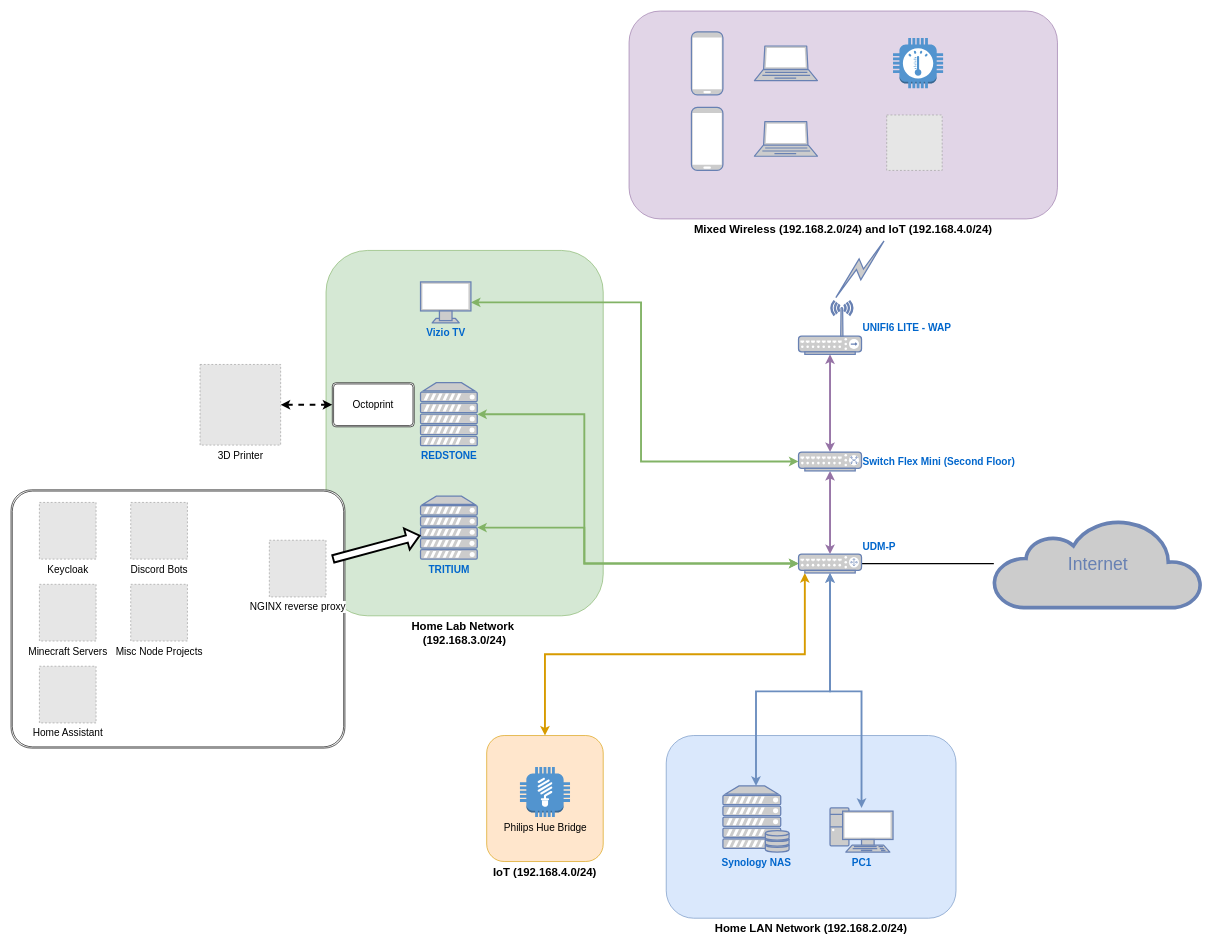
The draw.io diagram Untitled Diagram.drawio in subtype-space/homelab, before the edit. Source tidied: cells renumbered, new cells numbered last; positions are measured from the earlier drawing's top-left corner, leaving out a move shared by most shapes. Both pictures are drawn from the tidied source at 63%, with x=0, y=0 at pixel (11, 11). Pictures stored in the file or linked from it are replaced by grey dashed boxes.
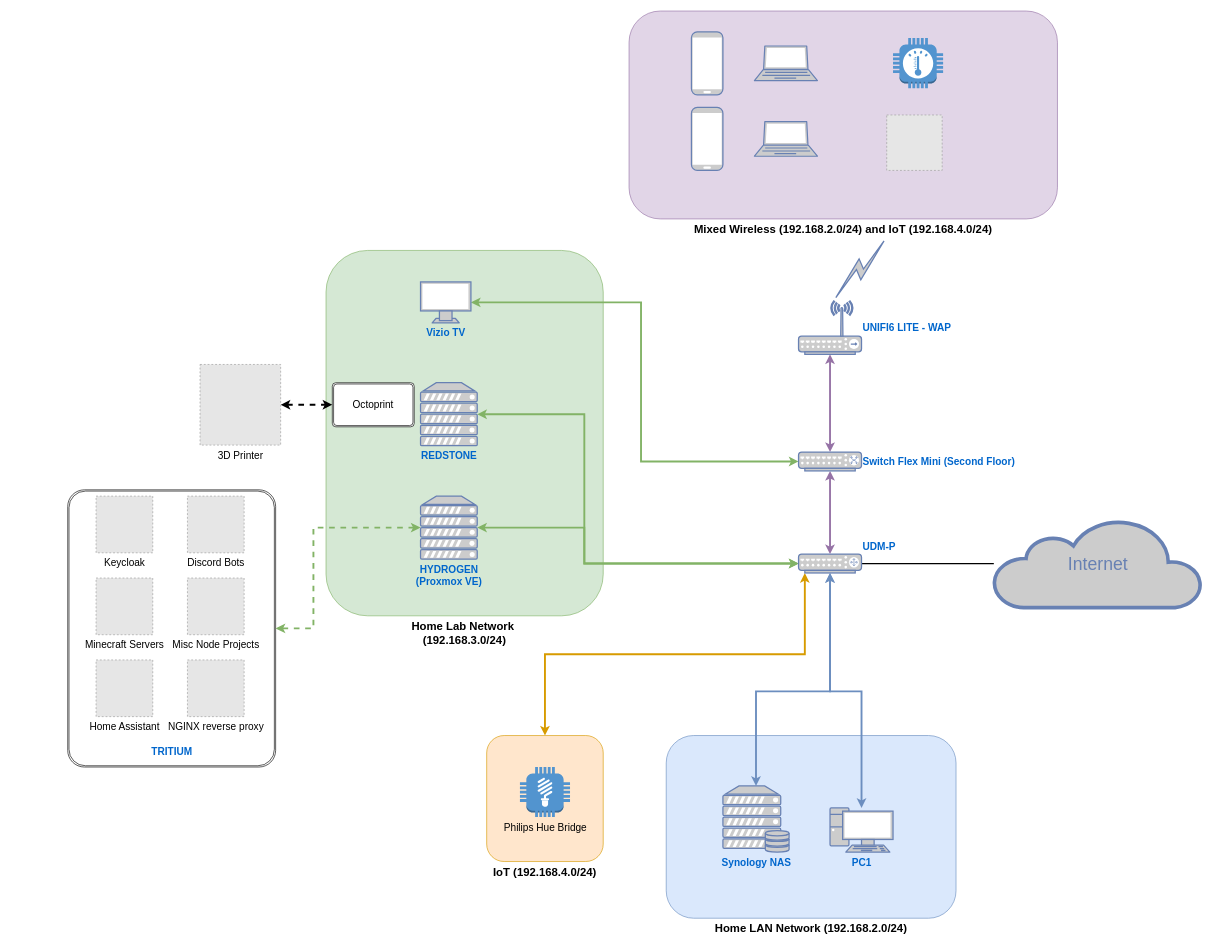
Above is the later version.

Change to the diagram source:
```diff
@@
     <mxCell id="6" style="shape=ext;double=1;rounded=1;whiteSpace=wrap;html=1;fontFamily=Helvetica;fontSize=16;fontColor=default;arcSize=8;" parent="1" vertex="1">
-      <mxGeometry y="760" width="530" height="410" as="geometry" />
+      <mxGeometry x="90" y="760" width="330" height="440" as="geometry" />
     </mxCell>
@@
-    <mxCell id="22" value="&lt;b&gt;TRITIUM&lt;/b&gt;" style="fontColor=#0066CC;verticalAlign=top;verticalLabelPosition=bottom;labelPosition=center;align=center;html=1;outlineConnect=0;fillColor=#CCCCCC;strokeColor=#6881B3;gradientColor=none;gradientDirection=north;strokeWidth=2;shape=mxgraph.networks.server;fontFamily=Helvetica;fontSize=16;" parent="1" vertex="1">
+    <mxCell id="22" value="&lt;b&gt;HYDROGEN&lt;br&gt;(Proxmox VE)&lt;br&gt;&lt;/b&gt;" style="fontColor=#0066CC;verticalAlign=top;verticalLabelPosition=bottom;labelPosition=center;align=center;html=1;outlineConnect=0;fillColor=#CCCCCC;strokeColor=#6881B3;gradientColor=none;gradientDirection=north;strokeWidth=2;shape=mxgraph.networks.server;fontFamily=Helvetica;fontSize=16;" parent="1" vertex="1">
       <mxGeometry x="650" y="770" width="90" height="100" as="geometry" />
     </mxCell>
@@
     <mxCell id="25" value="Keycloak" style="fillColor=#E6E6E6;strokeColor=#999999;dashed=1;html=1;verticalAlign=top;verticalLabelPosition=bottom;labelBackgroundColor=#ffffff;fontFamily=Helvetica;fontSize=16;fontColor=default;" parent="1" vertex="1">
-      <mxGeometry x="45" y="780" width="90" height="90" as="geometry" />
+      <mxGeometry x="135" y="770" width="90" height="90" as="geometry" />
     </mxCell>
     <mxCell id="26" value="Minecraft Servers" style="fillColor=#E6E6E6;strokeColor=#999999;dashed=1;html=1;verticalAlign=top;verticalLabelPosition=bottom;labelBackgroundColor=#ffffff;fontFamily=Helvetica;fontSize=16;fontColor=default;" parent="1" vertex="1">
-      <mxGeometry x="45" y="910" width="90" height="90" as="geometry" />
+      <mxGeometry x="135" y="900" width="90" height="90" as="geometry" />
     </mxCell>
     <mxCell id="27" value="Discord Bots" style="fillColor=#E6E6E6;strokeColor=#999999;dashed=1;html=1;verticalAlign=top;verticalLabelPosition=bottom;labelBackgroundColor=#ffffff;fontFamily=Helvetica;fontSize=16;fontColor=default;" parent="1" vertex="1">
-      <mxGeometry x="190" y="780" width="90" height="90" as="geometry" />
+      <mxGeometry x="280" y="770" width="90" height="90" as="geometry" />
     </mxCell>
     <mxCell id="28" value="Misc Node Projects" style="fillColor=#E6E6E6;strokeColor=#999999;dashed=1;html=1;verticalAlign=top;verticalLabelPosition=bottom;labelBackgroundColor=#ffffff;fontFamily=Helvetica;fontSize=16;fontColor=default;" parent="1" vertex="1">
-      <mxGeometry x="190" y="910" width="90" height="90" as="geometry" />
+      <mxGeometry x="280" y="900" width="90" height="90" as="geometry" />
     </mxCell>
     <mxCell id="29" value="NGINX reverse proxy" style="fillColor=#E6E6E6;strokeColor=#999999;dashed=1;html=1;verticalAlign=top;verticalLabelPosition=bottom;labelBackgroundColor=#ffffff;fontFamily=Helvetica;fontSize=16;fontColor=default;" parent="1" vertex="1">
-      <mxGeometry x="410" y="840" width="90" height="90" as="geometry" />
+      <mxGeometry x="280" y="1030" width="90" height="90" as="geometry" />
     </mxCell>
@@
     <mxCell id="33" value="Home Assistant" style="fillColor=#E6E6E6;strokeColor=#999999;dashed=1;html=1;verticalAlign=top;verticalLabelPosition=bottom;labelBackgroundColor=#ffffff;fontFamily=Helvetica;fontSize=16;fontColor=default;" parent="1" vertex="1">
-      <mxGeometry x="45" y="1040" width="90" height="90" as="geometry" />
+      <mxGeometry x="135" y="1030" width="90" height="90" as="geometry" />
     </mxCell>
-    <mxCell id="34" style="shape=flexArrow;endArrow=classic;html=1;rounded=0;labelBackgroundColor=default;strokeColor=default;strokeWidth=3;fontFamily=Helvetica;fontSize=16;fontColor=default;fillColor=default;" parent="1" edge="1" target="22">
-      <mxGeometry relative="1" as="geometry">
-        <mxPoint x="510" y="870" as="sourcePoint" />
-      </mxGeometry>
-    </mxCell>
@@
+    <mxCell id="43" value="&lt;font color=&quot;#0066cc&quot; style=&quot;font-size: 16px;&quot;&gt;&lt;b style=&quot;&quot;&gt;TRITIUM&lt;/b&gt;&lt;/font&gt;" style="text;html=1;align=center;verticalAlign=middle;fillColor=none;strokeColor=none;rounded=0;" parent="1" vertex="1">
+      <mxGeometry x="210" y="1160" width="90" height="30" as="geometry" />
+    </mxCell>
+    <mxCell id="44" style="edgeStyle=orthogonalEdgeStyle;shape=connector;rounded=0;jettySize=auto;html=1;labelBackgroundColor=default;strokeColor=#82b366;strokeWidth=3;fontFamily=Helvetica;fontSize=16;fontColor=default;startArrow=classic;startFill=1;endArrow=classic;fillColor=#d5e8d4;exitX=0;exitY=0.5;exitDx=0;exitDy=0;exitPerimeter=0;dashed=1;" parent="1" edge="1" source="22" target="6">
+      <mxGeometry relative="1" as="geometry">
+        <Array as="points">
+          <mxPoint x="480" y="820" />
+          <mxPoint x="480" y="980" />
+        </Array>
+      </mxGeometry>
+    </mxCell>
```
